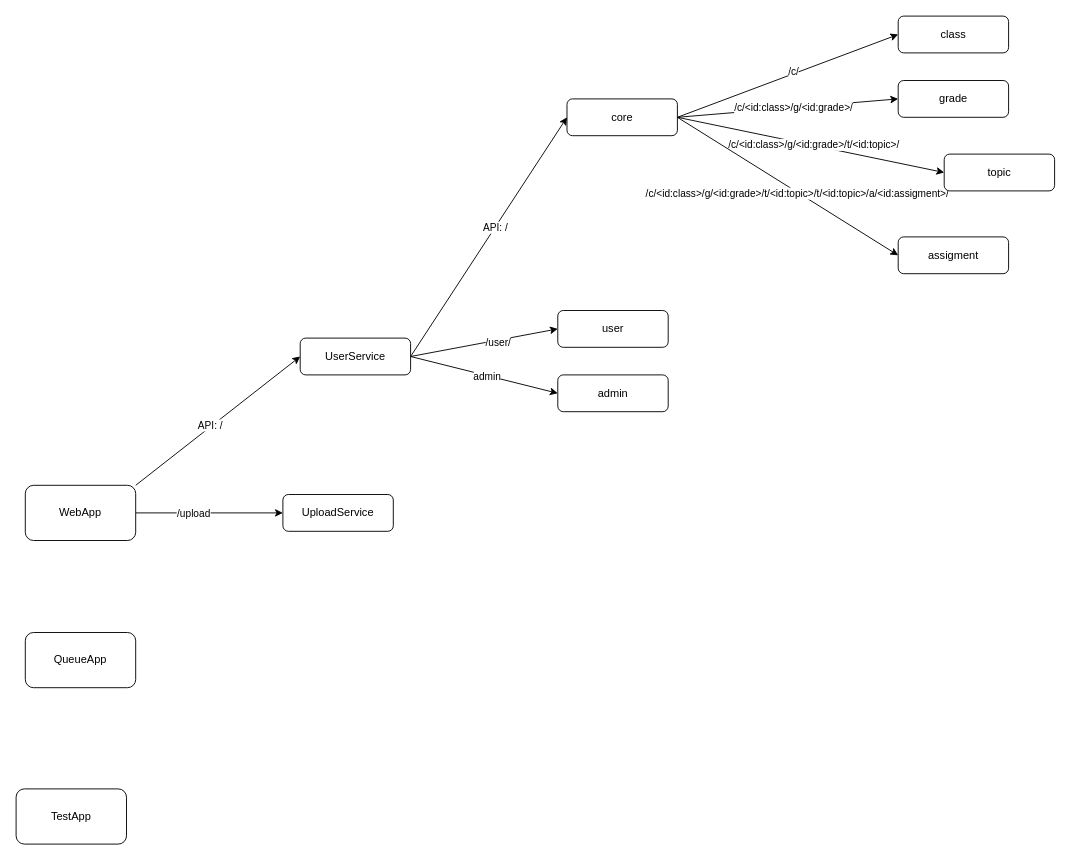
Before: page "Stránka-1" (1 of 2) of docs/diagrams/app.drawio in Plebicek/CodeTester, a draw.io diagram. Source tidied: cells renumbered, new cells numbered last; positions are measured from the earlier drawing's top-left corner, leaving out a move shared by most shapes. Both pictures are drawn from the tidied source at 92%, with x=0, y=0 at pixel (16, 16).
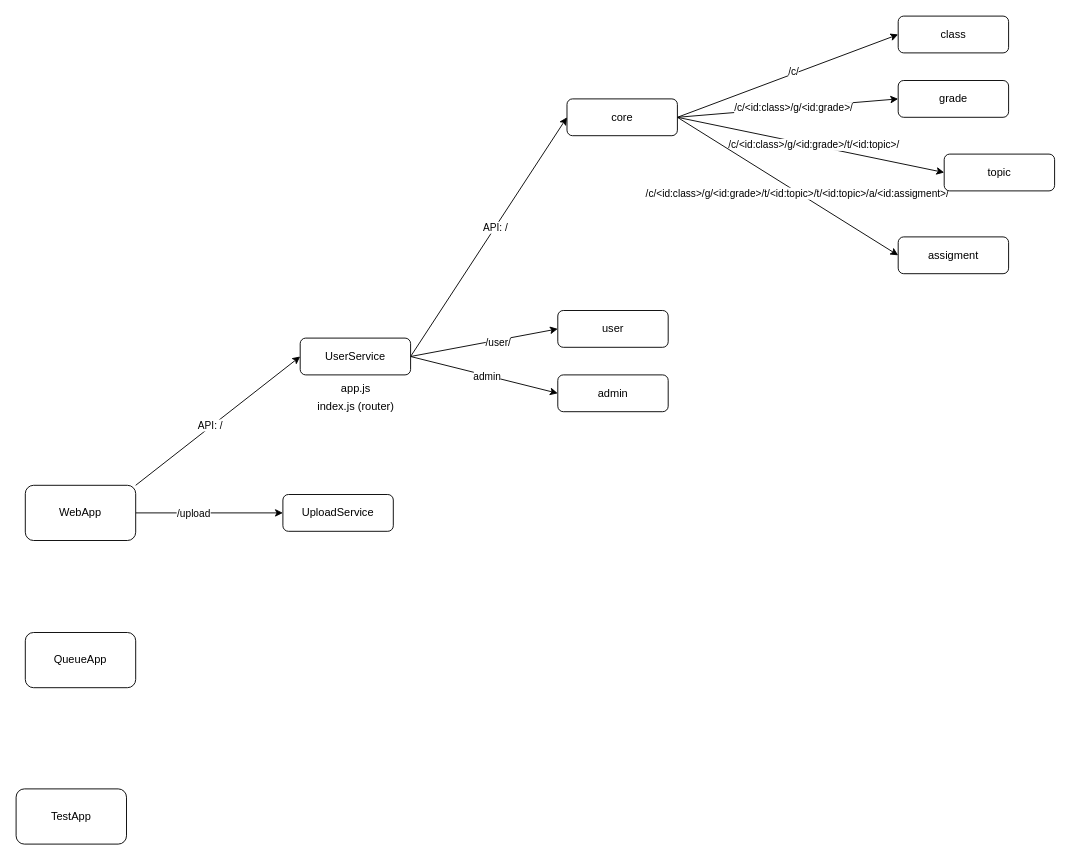
Above is the later version.

Change to the diagram source:
```diff
@@
+    <mxCell id="33" value="app.js" style="text;html=1;align=center;verticalAlign=middle;strokeColor=none;fillColor=none;" parent="1" vertex="1">
+      <mxGeometry x="338.8" y="390" width="60" height="30" as="geometry" />
+    </mxCell>
+    <mxCell id="34" value="index.js (router)" style="text;html=1;align=center;verticalAlign=middle;strokeColor=none;fillColor=none;" parent="1" vertex="1">
+      <mxGeometry x="313.8" y="410" width="110" height="30" as="geometry" />
+    </mxCell>
```
